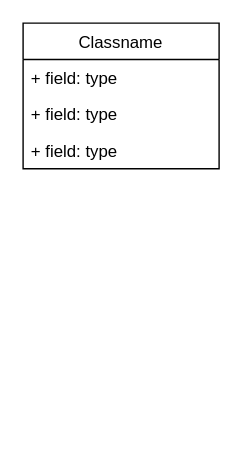
This is Untitled Diagram.drawio from taiki1985/practice, a draw.io file, before an edit. Source tidied: cells renumbered, new cells numbered last; positions are measured from the earlier drawing's top-left corner, leaving out a move shared by most shapes. Both pictures are drawn from the tidied source at 140%, with x=0, y=0 at pixel (22, 22).
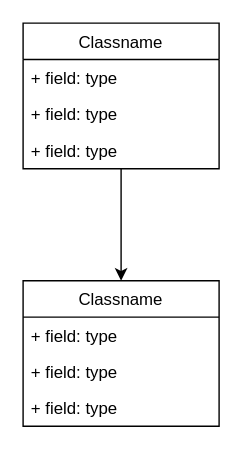
Above is the later version.

Commit message (it also covers changes not shown here):
Untitled Diagram.drawio を更新します

The edit, as a diff of the source:
```diff
@@
 <mxGraphModel>
   <root>
     <mxCell id="0" />
     <mxCell id="1" parent="0" />
+    <mxCell id="6" style="edgeStyle=orthogonalEdgeStyle;rounded=0;jettySize=auto;html=1;" parent="1" edge="1" source="2" target="7">
+      <mxGeometry relative="1" as="geometry" />
+    </mxCell>
     <mxCell id="2" value="Classname" style="swimlane;fontStyle=0;horizontal=1;startSize=26;fillColor=none;" parent="1" vertex="1">
       <mxGeometry width="140" height="104" as="geometry" />
     </mxCell>
     <mxCell id="3" value="+ field: type" style="text;strokeColor=none;fillColor=none;align=left;verticalAlign=top;spacingLeft=4;spacingRight=4;overflow=hidden;" parent="2" vertex="1">
       <mxGeometry y="26" width="140" height="26" as="geometry" />
     </mxCell>
     <mxCell id="4" value="+ field: type" style="text;strokeColor=none;fillColor=none;align=left;verticalAlign=top;spacingLeft=4;spacingRight=4;overflow=hidden;" parent="2" vertex="1">
       <mxGeometry y="52" width="140" height="26" as="geometry" />
     </mxCell>
     <mxCell id="5" value="+ field: type" style="text;strokeColor=none;fillColor=none;align=left;verticalAlign=top;spacingLeft=4;spacingRight=4;overflow=hidden;" parent="2" vertex="1">
       <mxGeometry y="78" width="140" height="26" as="geometry" />
     </mxCell>
+    <mxCell id="7" value="Classname" style="swimlane;fontStyle=0;horizontal=1;startSize=26;fillColor=none;" parent="1" vertex="1">
+      <mxGeometry y="184" width="140" height="104" as="geometry" />
+    </mxCell>
+    <mxCell id="8" value="+ field: type" style="text;strokeColor=none;fillColor=none;align=left;verticalAlign=top;spacingLeft=4;spacingRight=4;overflow=hidden;" parent="7" vertex="1">
+      <mxGeometry y="26" width="140" height="26" as="geometry" />
+    </mxCell>
+    <mxCell id="9" value="+ field: type" style="text;strokeColor=none;fillColor=none;align=left;verticalAlign=top;spacingLeft=4;spacingRight=4;overflow=hidden;" parent="7" vertex="1">
+      <mxGeometry y="52" width="140" height="26" as="geometry" />
+    </mxCell>
+    <mxCell id="10" value="+ field: type" style="text;strokeColor=none;fillColor=none;align=left;verticalAlign=top;spacingLeft=4;spacingRight=4;overflow=hidden;" parent="7" vertex="1">
+      <mxGeometry y="78" width="140" height="26" as="geometry" />
+    </mxCell>
   </root>
 </mxGraphModel>
```
